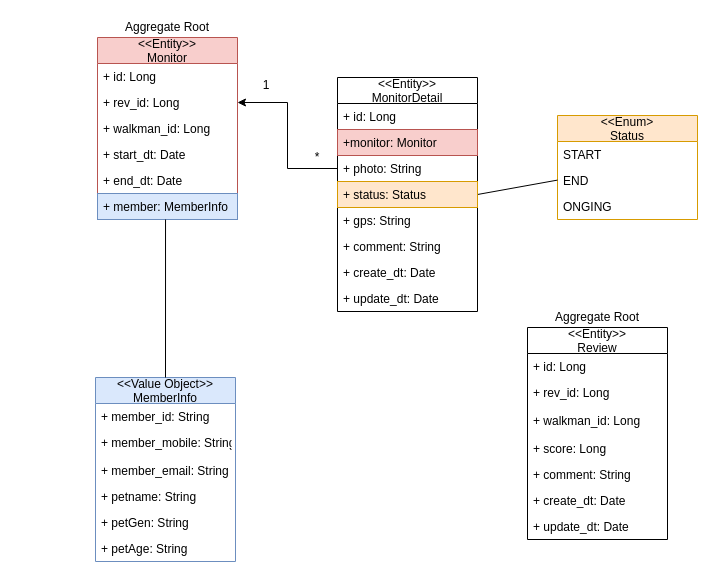
This is page "Page-3" (3 of 3) of Untitled Diagram.drawio from shimjinyoung/springbootpjt, a draw.io file, before an edit. Source tidied: cells renumbered, new cells numbered last; positions are measured from the earlier drawing's top-left corner, leaving out a move shared by most shapes. Both pictures are drawn from the tidied source at 100%, with x=0, y=0 at pixel (95, 17).
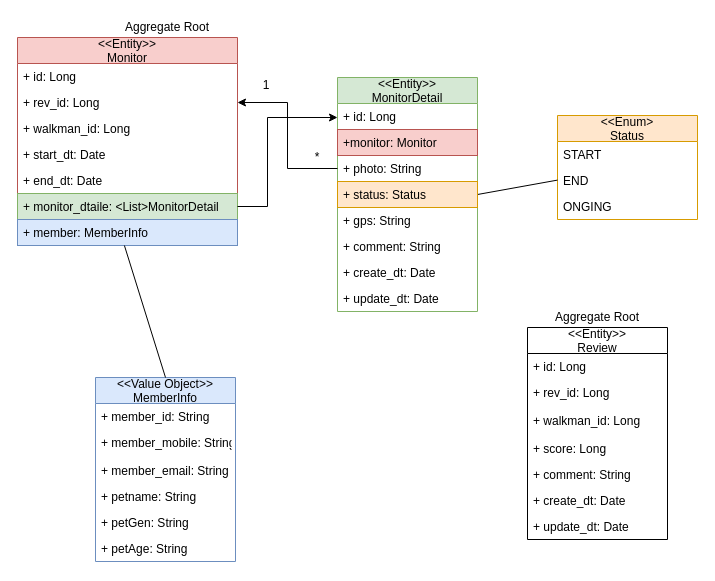
After the change.

Change to the diagram source:
```diff
@@
     <mxCell id="2" value="&lt;&lt;Entity&gt;&gt;&#10;Monitor" style="swimlane;fontStyle=0;horizontal=1;startSize=26;fillColor=#f8cecc;strokeColor=#b85450;" parent="1" vertex="1">
-      <mxGeometry x="2" y="20" width="140" height="182" as="geometry" />
+      <mxGeometry x="-78" y="20" width="220" height="208" as="geometry" />
     </mxCell>
     <mxCell id="3" value="+ id: Long" style="text;strokeColor=none;fillColor=none;align=left;verticalAlign=top;spacingLeft=4;spacingRight=4;overflow=hidden;" parent="2" vertex="1">
-      <mxGeometry y="26" width="140" height="26" as="geometry" />
+      <mxGeometry y="26" width="220" height="26" as="geometry" />
     </mxCell>
     <mxCell id="4" value="+ rev_id: Long" style="text;strokeColor=none;fillColor=none;align=left;verticalAlign=top;spacingLeft=4;spacingRight=4;overflow=hidden;points=[[0,0.5],[1,0.5]];portConstraint=eastwest;" parent="2" vertex="1">
-      <mxGeometry y="52" width="140" height="26" as="geometry" />
+      <mxGeometry y="52" width="220" height="26" as="geometry" />
     </mxCell>
     <mxCell id="5" value="+ walkman_id: Long" style="text;strokeColor=none;fillColor=none;align=left;verticalAlign=top;spacingLeft=4;spacingRight=4;overflow=hidden;" parent="2" vertex="1">
-      <mxGeometry y="78" width="140" height="26" as="geometry" />
+      <mxGeometry y="78" width="220" height="26" as="geometry" />
     </mxCell>
     <mxCell id="6" value="+ start_dt: Date" style="text;strokeColor=none;fillColor=none;align=left;verticalAlign=top;spacingLeft=4;spacingRight=4;overflow=hidden;" parent="2" vertex="1">
-      <mxGeometry y="104" width="140" height="26" as="geometry" />
+      <mxGeometry y="104" width="220" height="26" as="geometry" />
     </mxCell>
+    <mxCell id="44" value="+ end_dt: Date" style="text;strokeColor=none;fillColor=none;align=left;verticalAlign=top;spacingLeft=4;spacingRight=4;overflow=hidden;" parent="2" vertex="1">
+      <mxGeometry y="130" width="220" height="26" as="geometry" />
+    </mxCell>
-    <mxCell id="7" value="+ end_dt: Date" style="text;strokeColor=none;fillColor=none;align=left;verticalAlign=top;spacingLeft=4;spacingRight=4;overflow=hidden;points=[[0,0.5],[1,0.5]];portConstraint=eastwest;" parent="2" vertex="1">
-      <mxGeometry y="130" width="140" height="26" as="geometry" />
+    <mxCell id="7" value="+ monitor_dtaile: &lt;List&gt;MonitorDetail" style="text;strokeColor=#82b366;fillColor=#d5e8d4;align=left;verticalAlign=top;spacingLeft=4;spacingRight=4;overflow=hidden;points=[[0,0.5],[1,0.5]];portConstraint=eastwest;" parent="2" vertex="1">
+      <mxGeometry y="156" width="220" height="26" as="geometry" />
     </mxCell>
     <mxCell id="8" value="+ member: MemberInfo" style="text;strokeColor=#6c8ebf;fillColor=#dae8fc;align=left;verticalAlign=top;spacingLeft=4;spacingRight=4;overflow=hidden;points=[[0,0.5],[1,0.5]];portConstraint=eastwest;" parent="2" vertex="1">
-      <mxGeometry y="156" width="140" height="26" as="geometry" />
+      <mxGeometry y="182" width="220" height="26" as="geometry" />
     </mxCell>
@@
-    <mxCell id="30" value="&lt;&lt;Entity&gt;&gt;&#10;MonitorDetail" style="swimlane;fontStyle=0;horizontal=1;startSize=26;" parent="1" vertex="1">
+    <mxCell id="30" value="&lt;&lt;Entity&gt;&gt;&#10;MonitorDetail" style="swimlane;fontStyle=0;horizontal=1;startSize=26;fillColor=#d5e8d4;strokeColor=#82b366;" parent="1" vertex="1">
       <mxGeometry x="242" y="60" width="140" height="234" as="geometry" />
     </mxCell>
@@
+    <mxCell id="45" style="edgeStyle=orthogonalEdgeStyle;rounded=0;jettySize=auto;html=1;" parent="1" edge="1" source="7">
+      <mxGeometry relative="1" as="geometry">
+        <mxPoint x="242" y="100" as="targetPoint" />
+        <Array as="points">
+          <mxPoint x="172" y="189" />
+          <mxPoint x="172" y="100" />
+          <mxPoint x="242" y="100" />
+        </Array>
+      </mxGeometry>
+    </mxCell>
```
